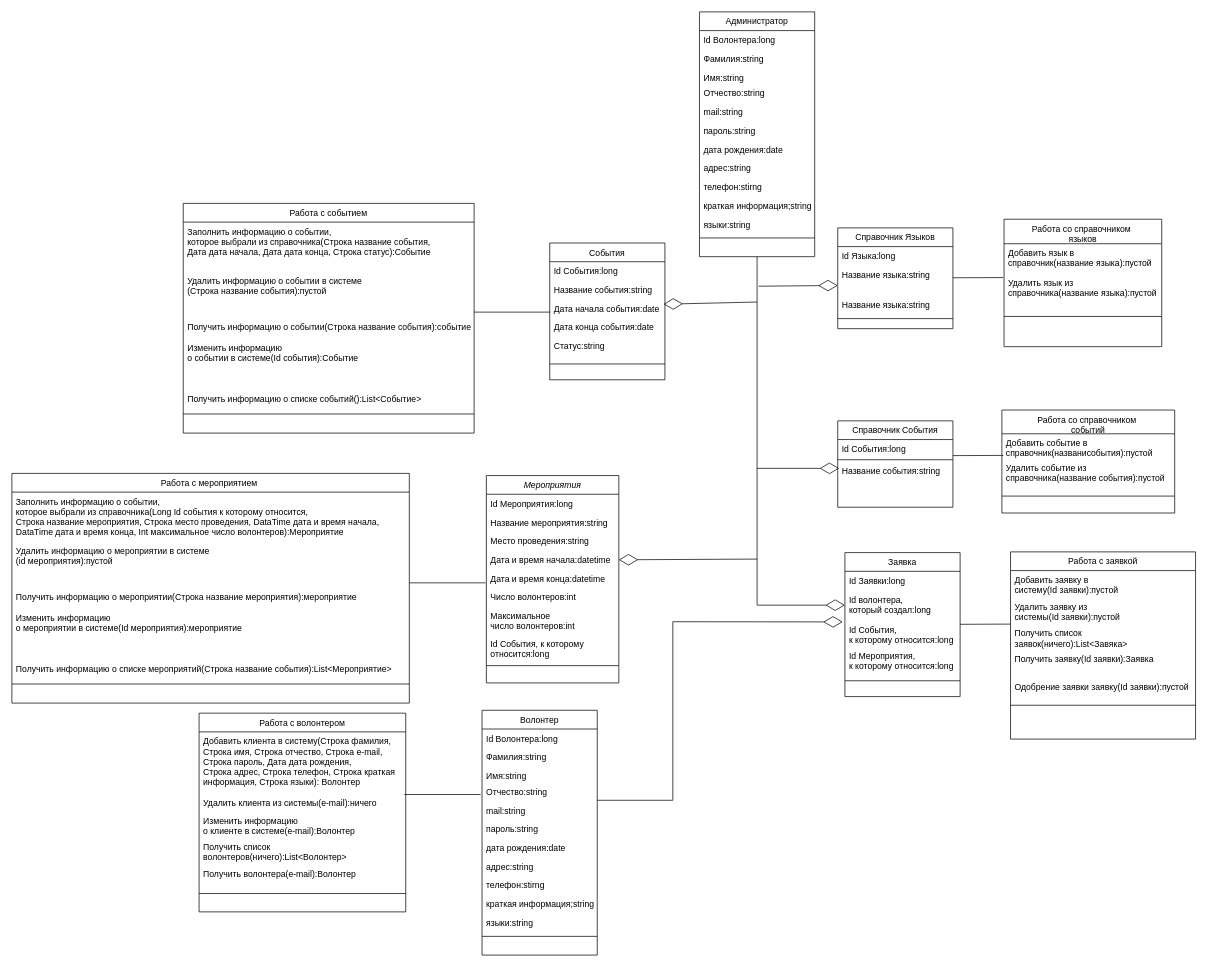
This is dclass.drawio from Alexander-Bankov/draw, a draw.io file, before an edit. Source tidied: cells renumbered, new cells numbered last; positions are measured from the earlier drawing's top-left corner, leaving out a move shared by most shapes. Both pictures are drawn from the tidied source at 72%, with x=0, y=0 at pixel (12, 12).
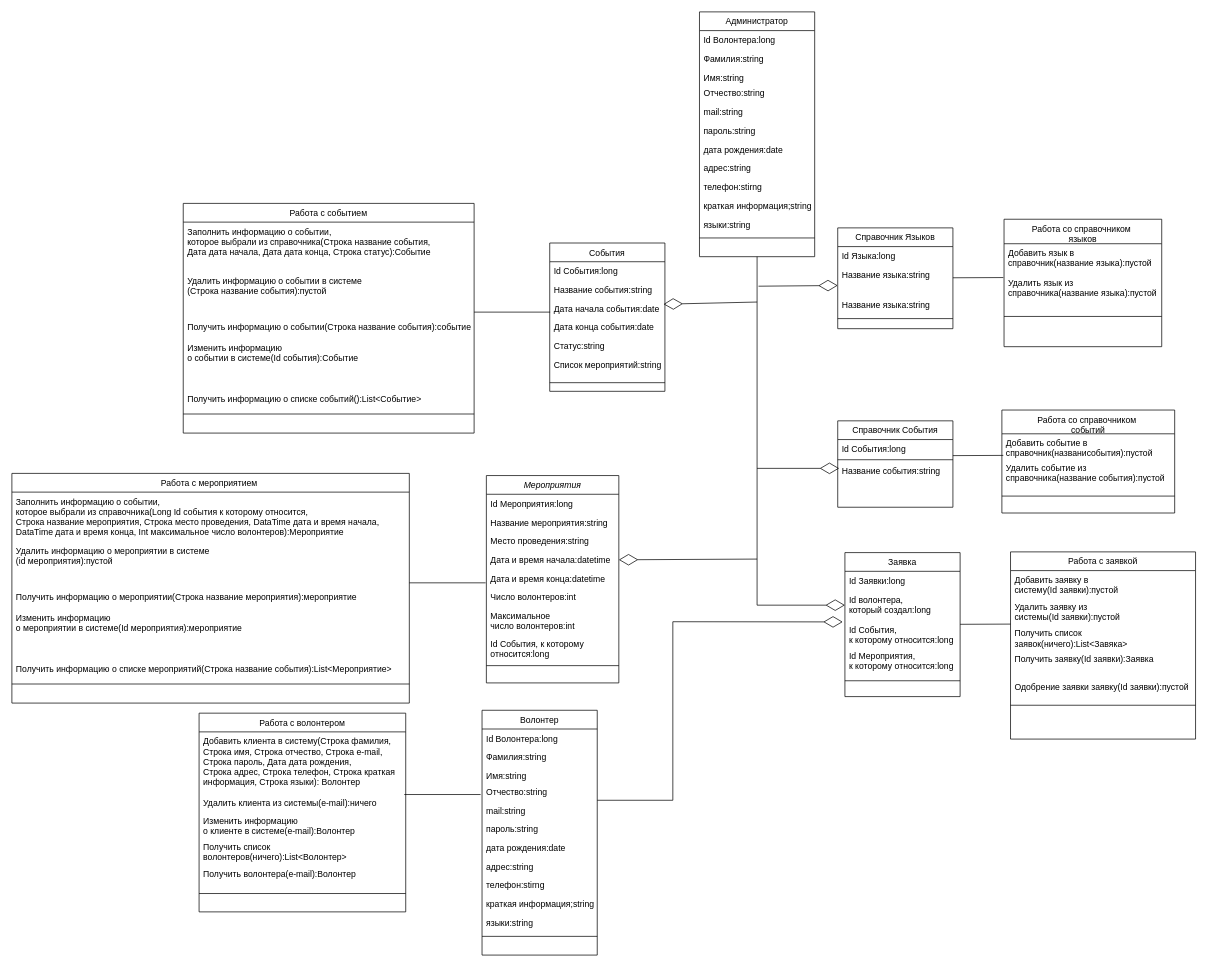
Above is the later version.

What changed in the source:
```diff
@@
     <mxCell id="31" value="События" style="swimlane;fontStyle=0;align=center;verticalAlign=top;horizontal=1;startSize=26;rounded=0;shadow=0;strokeWidth=1;" parent="1" vertex="1">
-      <mxGeometry x="747" y="321" width="160" height="190" as="geometry" />
+      <mxGeometry x="747" y="321" width="160" height="206" as="geometry" />
     </mxCell>
@@
+    <mxCell id="108" value="Список мероприятий:string" style="text;align=left;verticalAlign=top;spacingLeft=4;spacingRight=4;overflow=hidden;rounded=0;shadow=0;html=0;" parent="31" vertex="1">
+      <mxGeometry y="156" width="160" height="26" as="geometry" />
+    </mxCell>
     <mxCell id="37" style="line;html=1;strokeWidth=1;align=left;verticalAlign=middle;spacingTop=-1;spacingLeft=3;spacingRight=3;labelPosition=right;" parent="31" vertex="1">
-      <mxGeometry y="156" width="160" height="24" as="geometry" />
+      <mxGeometry y="182" width="160" height="24" as="geometry" />
     </mxCell>
```
